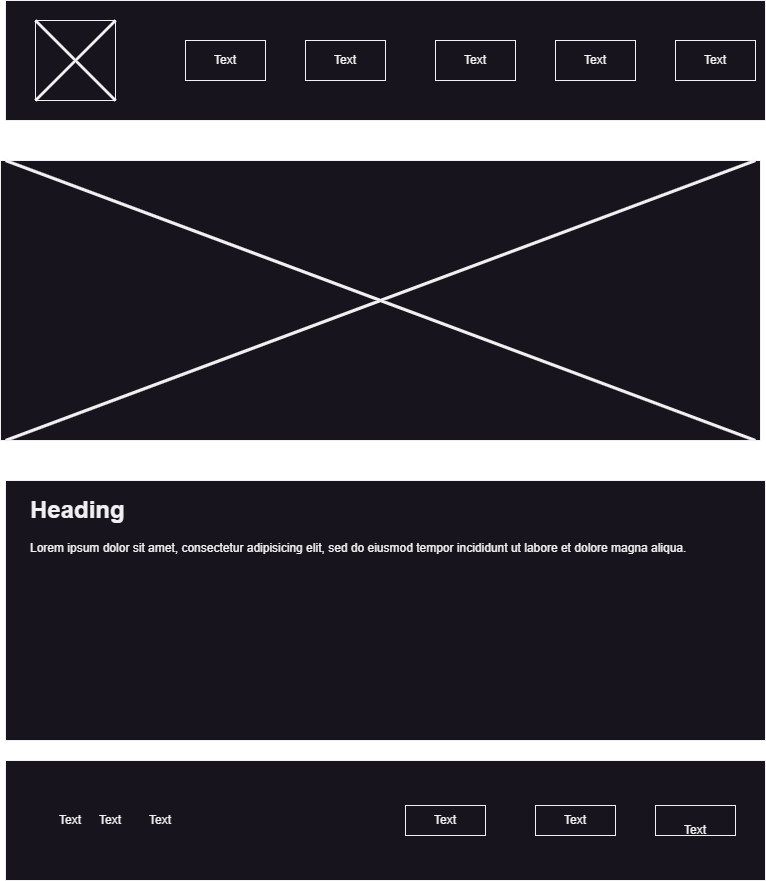
Before: lesson03/images/desktop.png, a diagram exported from draw.io (Ginaahumada/wdd230). Source tidied: cells renumbered, new cells last; positions are measured from the earlier drawing's top-left corner, leaving out a move shared by most shapes.
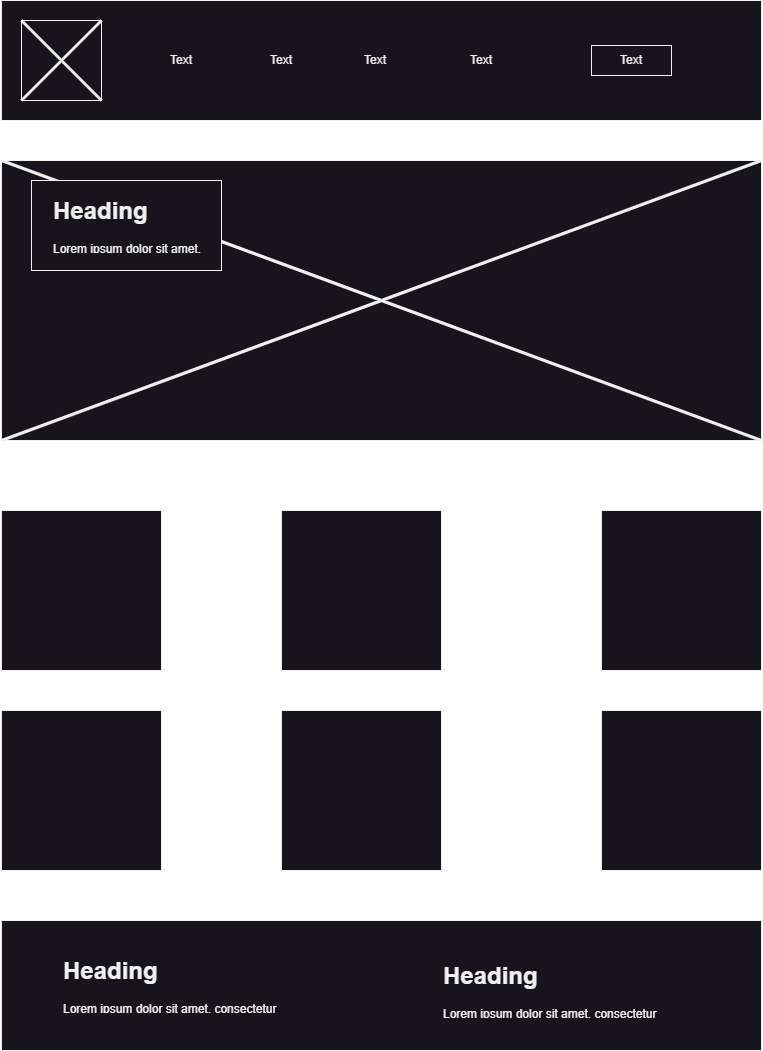
After the commit.

The edit, as a diff of the source:
```diff
@@ -5,83 +5,68 @@
     <mxCell id="2" style="rounded=0;whiteSpace=wrap;html=1;" parent="1" vertex="1">
       <mxGeometry x="5" width="760" height="120" as="geometry" />
     </mxCell>
-    <mxCell id="3" style="whiteSpace=wrap;html=1;fontFamily=Helvetica;" parent="1" vertex="1">
-      <mxGeometry x="35" y="20" width="80" height="80" as="geometry" />
-    </mxCell>
-    <mxCell id="4" style="rounded=0;whiteSpace=wrap;html=1;" parent="1" vertex="1">
-      <mxGeometry x="305" y="40" width="80" height="40" as="geometry" />
-    </mxCell>
-    <mxCell id="5" style="rounded=0;whiteSpace=wrap;html=1;" parent="1" vertex="1">
-      <mxGeometry x="435" y="40" width="80" height="40" as="geometry" />
-    </mxCell>
-    <mxCell id="6" style="rounded=0;whiteSpace=wrap;html=1;" parent="1" vertex="1">
-      <mxGeometry x="555" y="40" width="80" height="40" as="geometry" />
-    </mxCell>
-    <mxCell id="7" style="rounded=0;whiteSpace=wrap;html=1;" parent="1" vertex="1">
-      <mxGeometry x="675" y="40" width="80" height="40" as="geometry" />
-    </mxCell>
-    <mxCell id="8" style="rounded=0;whiteSpace=wrap;html=1;" parent="1" vertex="1">
-      <mxGeometry x="185" y="40" width="80" height="40" as="geometry" />
-    </mxCell>
-    <mxCell id="9" style="rounded=0;whiteSpace=wrap;html=1;" parent="1" vertex="1">
-      <mxGeometry y="160" width="760" height="280" as="geometry" />
-    </mxCell>
-    <mxCell id="10" style="shape=umlDestroy;whiteSpace=wrap;html=1;strokeWidth=3;fontFamily=Helvetica;" parent="1" vertex="1">
-      <mxGeometry x="5" y="160" width="750" height="280" as="geometry" />
-    </mxCell>
-    <mxCell id="11" style="shape=umlDestroy;whiteSpace=wrap;html=1;strokeWidth=3;fontFamily=Helvetica;" parent="1" vertex="1">
-      <mxGeometry x="35" y="20" width="80" height="80" as="geometry" />
-    </mxCell>
-    <mxCell id="12" value="Text" style="text;html=1;strokeColor=none;fillColor=none;align=center;verticalAlign=middle;whiteSpace=wrap;rounded=0;" parent="1" vertex="1">
-      <mxGeometry x="195" y="45" width="60" height="30" as="geometry" />
-    </mxCell>
-    <mxCell id="13" value="Text" style="text;html=1;strokeColor=none;fillColor=none;align=center;verticalAlign=middle;whiteSpace=wrap;rounded=0;" parent="1" vertex="1">
-      <mxGeometry x="685" y="45" width="60" height="30" as="geometry" />
-    </mxCell>
-    <mxCell id="14" value="Text" style="text;html=1;strokeColor=none;fillColor=none;align=center;verticalAlign=middle;whiteSpace=wrap;rounded=0;" parent="1" vertex="1">
-      <mxGeometry x="565" y="45" width="60" height="30" as="geometry" />
-    </mxCell>
-    <mxCell id="15" value="Text" style="text;html=1;strokeColor=none;fillColor=none;align=center;verticalAlign=middle;whiteSpace=wrap;rounded=0;" parent="1" vertex="1">
-      <mxGeometry x="445" y="45" width="60" height="30" as="geometry" />
-    </mxCell>
-    <mxCell id="16" value="Text" style="text;html=1;strokeColor=none;fillColor=none;align=center;verticalAlign=middle;whiteSpace=wrap;rounded=0;" parent="1" vertex="1">
-      <mxGeometry x="315" y="45" width="60" height="30" as="geometry" />
-    </mxCell>
-    <mxCell id="17" style="rounded=0;whiteSpace=wrap;html=1;" parent="1" vertex="1">
-      <mxGeometry x="5" y="480" width="760" height="260" as="geometry" />
-    </mxCell>
-    <mxCell id="18" value="&lt;h1&gt;Heading&lt;/h1&gt;&lt;p&gt;Lorem ipsum dolor sit amet, consectetur adipisicing elit, sed do eiusmod tempor incididunt ut labore et dolore magna aliqua.&lt;/p&gt;" style="text;html=1;strokeColor=none;fillColor=none;spacing=5;spacingTop=-20;whiteSpace=wrap;overflow=hidden;rounded=0;" parent="1" vertex="1">
-      <mxGeometry x="25" y="490" width="720" height="200" as="geometry" />
-    </mxCell>
-    <mxCell id="19" style="rounded=0;whiteSpace=wrap;html=1;" parent="1" vertex="1">
-      <mxGeometry x="5" y="760" width="760" height="120" as="geometry" />
-    </mxCell>
-    <mxCell id="20" style="rounded=0;whiteSpace=wrap;html=1;" parent="1" vertex="1">
-      <mxGeometry x="655" y="805" width="80" height="30" as="geometry" />
-    </mxCell>
-    <mxCell id="21" style="rounded=0;whiteSpace=wrap;html=1;" parent="1" vertex="1">
-      <mxGeometry x="535" y="805" width="80" height="30" as="geometry" />
-    </mxCell>
-    <mxCell id="22" style="rounded=0;whiteSpace=wrap;html=1;" parent="1" vertex="1">
-      <mxGeometry x="405" y="805" width="80" height="30" as="geometry" />
-    </mxCell>
-    <mxCell id="23" value="Text" style="text;html=1;strokeColor=none;fillColor=none;align=center;verticalAlign=middle;whiteSpace=wrap;rounded=0;" parent="1" vertex="1">
-      <mxGeometry x="415" y="805" width="60" height="30" as="geometry" />
-    </mxCell>
-    <mxCell id="24" value="Text" style="text;html=1;strokeColor=none;fillColor=none;align=center;verticalAlign=middle;whiteSpace=wrap;rounded=0;" parent="1" vertex="1">
-      <mxGeometry x="545" y="805" width="60" height="30" as="geometry" />
-    </mxCell>
-    <mxCell id="25" value="Text" style="text;html=1;strokeColor=none;fillColor=none;align=center;verticalAlign=middle;whiteSpace=wrap;rounded=0;" parent="1" vertex="1">
-      <mxGeometry x="665" y="815" width="60" height="30" as="geometry" />
-    </mxCell>
-    <mxCell id="26" value="Text" style="text;html=1;strokeColor=none;fillColor=none;align=center;verticalAlign=middle;whiteSpace=wrap;rounded=0;" parent="1" vertex="1">
-      <mxGeometry x="35" y="805" width="70" height="30" as="geometry" />
-    </mxCell>
-    <mxCell id="27" value="Text" style="text;html=1;strokeColor=none;fillColor=none;align=center;verticalAlign=middle;whiteSpace=wrap;rounded=0;" parent="1" vertex="1">
-      <mxGeometry x="75" y="805" width="70" height="30" as="geometry" />
-    </mxCell>
-    <mxCell id="28" value="Text" style="text;html=1;strokeColor=none;fillColor=none;align=center;verticalAlign=middle;whiteSpace=wrap;rounded=0;" parent="1" vertex="1">
-      <mxGeometry x="125" y="805" width="70" height="30" as="geometry" />
-    </mxCell>
+    <mxCell id="29" style="whiteSpace=wrap;html=1;fontFamily=Helvetica;" parent="1" vertex="1">
+      <mxGeometry x="25" y="20" width="80" height="80" as="geometry" />
+    </mxCell>
+    <mxCell id="30" style="shape=umlDestroy;whiteSpace=wrap;html=1;strokeWidth=3;fontFamily=Helvetica;" parent="1" vertex="1">
+      <mxGeometry x="25" y="20" width="80" height="80" as="geometry" />
+    </mxCell>
+    <mxCell id="31" value="Text" style="text;html=1;align=center;verticalAlign=middle;whiteSpace=wrap;rounded=0;" parent="1" vertex="1">
+      <mxGeometry x="155" y="45" width="60" height="30" as="geometry" />
+    </mxCell>
+    <mxCell id="32" value="Text" style="text;html=1;align=center;verticalAlign=middle;whiteSpace=wrap;rounded=0;" parent="1" vertex="1">
+      <mxGeometry x="255" y="45" width="60" height="30" as="geometry" />
+    </mxCell>
+    <mxCell id="33" value="Text" style="text;html=1;align=center;verticalAlign=middle;whiteSpace=wrap;rounded=0;" parent="1" vertex="1">
+      <mxGeometry x="349" y="45" width="60" height="30" as="geometry" />
+    </mxCell>
+    <mxCell id="34" value="Text" style="text;html=1;align=center;verticalAlign=middle;whiteSpace=wrap;rounded=0;" parent="1" vertex="1">
+      <mxGeometry x="455" y="45" width="60" height="30" as="geometry" />
+    </mxCell>
+    <mxCell id="35" style="rounded=0;whiteSpace=wrap;html=1;" parent="1" vertex="1">
+      <mxGeometry x="595" y="45" width="80" height="30" as="geometry" />
+    </mxCell>
+    <mxCell id="36" value="Text" style="text;html=1;align=center;verticalAlign=middle;whiteSpace=wrap;rounded=0;" parent="1" vertex="1">
+      <mxGeometry x="605" y="45" width="60" height="30" as="geometry" />
+    </mxCell>
+    <mxCell id="37" style="rounded=0;whiteSpace=wrap;html=1;" parent="1" vertex="1">
+      <mxGeometry x="5" y="160" width="760" height="280" as="geometry" />
+    </mxCell>
+    <mxCell id="38" style="shape=umlDestroy;whiteSpace=wrap;html=1;strokeWidth=3;fontFamily=Helvetica;" parent="1" vertex="1">
+      <mxGeometry x="5" y="160" width="760" height="280" as="geometry" />
+    </mxCell>
+    <mxCell id="39" style="rounded=0;whiteSpace=wrap;html=1;" parent="1" vertex="1">
+      <mxGeometry x="35" y="180" width="190" height="90" as="geometry" />
+    </mxCell>
+    <mxCell id="40" value="&lt;h1 style=&quot;margin-top: 0px;&quot;&gt;Heading&lt;/h1&gt;&lt;p&gt;Lorem ipsum dolor sit amet, consectetur adipisicing elit, sed do eiusmod tempor incididunt ut labore et dolore magna aliqua.&lt;/p&gt;" style="text;html=1;whiteSpace=wrap;overflow=hidden;rounded=0;" parent="1" vertex="1">
+      <mxGeometry x="55" y="190" width="170" height="60" as="geometry" />
+    </mxCell>
+    <mxCell id="41" style="whiteSpace=wrap;html=1;" parent="1" vertex="1">
+      <mxGeometry x="5" y="510" width="160" height="160" as="geometry" />
+    </mxCell>
+    <mxCell id="42" style="whiteSpace=wrap;html=1;" parent="1" vertex="1">
+      <mxGeometry x="285" y="510" width="160" height="160" as="geometry" />
+    </mxCell>
+    <mxCell id="43" style="whiteSpace=wrap;html=1;" parent="1" vertex="1">
+      <mxGeometry x="605" y="510" width="160" height="160" as="geometry" />
+    </mxCell>
+    <mxCell id="44" style="whiteSpace=wrap;html=1;" parent="1" vertex="1">
+      <mxGeometry x="5" y="710" width="160" height="160" as="geometry" />
+    </mxCell>
+    <mxCell id="45" style="whiteSpace=wrap;html=1;" parent="1" vertex="1">
+      <mxGeometry x="605" y="710" width="160" height="160" as="geometry" />
+    </mxCell>
+    <mxCell id="46" style="whiteSpace=wrap;html=1;" parent="1" vertex="1">
+      <mxGeometry x="285" y="710" width="160" height="160" as="geometry" />
+    </mxCell>
+    <mxCell id="47" style="rounded=0;whiteSpace=wrap;html=1;" parent="1" vertex="1">
+      <mxGeometry x="5" y="920" width="760" height="130" as="geometry" />
+    </mxCell>
+    <mxCell id="48" value="&lt;h1 style=&quot;margin-top: 0px;&quot;&gt;Heading&lt;/h1&gt;&lt;p&gt;Lorem ipsum dolor sit amet, consectetur adipisicing elit, sed do eiusmod tempor incididunt ut labore et dolore magna aliqua.&lt;/p&gt;" style="text;html=1;whiteSpace=wrap;overflow=hidden;rounded=0;" parent="1" vertex="1">
+      <mxGeometry x="65" y="950" width="260" height="60" as="geometry" />
+    </mxCell>
+    <mxCell id="49" value="&lt;h1 style=&quot;margin-top: 0px;&quot;&gt;Heading&lt;/h1&gt;&lt;p&gt;Lorem ipsum dolor sit amet, consectetur adipisicing elit, sed do eiusmod tempor incididunt ut labore et dolore magna aliqua.&lt;/p&gt;" style="text;html=1;whiteSpace=wrap;overflow=hidden;rounded=0;" parent="1" vertex="1">
+      <mxGeometry x="445" y="955" width="260" height="60" as="geometry" />
+    </mxCell>
   </root>
 </mxGraphModel>
```
